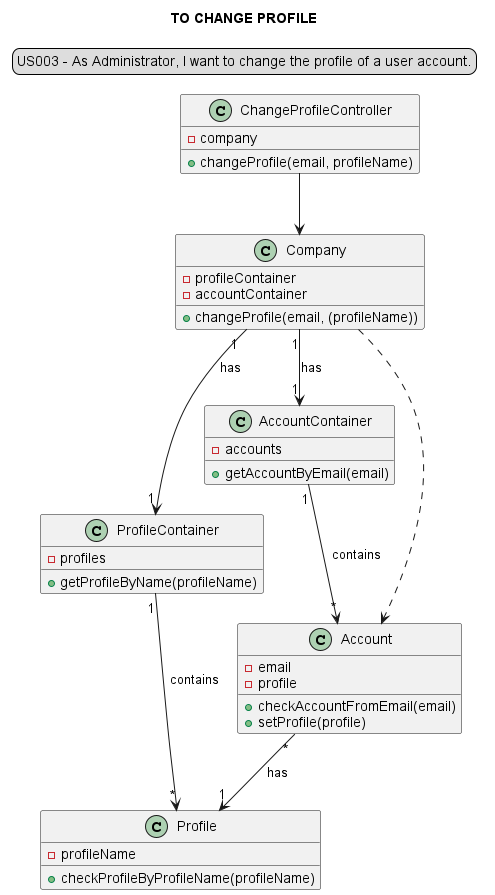
Earlier version of the PlantUML export docs/modelling_design/user_stories/sprint01/us003/US003_classDiagram-TO_CHANGE_PROFILE.png (Loracline/project_switch_22-23). The source it was exported from:
```plantuml
@startuml

skinparam sequenceMessageAlign center
title TO CHANGE PROFILE
legend top
US003 - As Administrator, I want to change the profile of a user account.
end legend

class ChangeProfileController {
-company
+changeProfile(email, profileName)
}

class Company {
-profileContainer
-accountContainer
+changeProfile(email, (profileName))
}

class ProfileContainer {
-profiles
+getProfileByName(profileName)
}

class AccountContainer {
-accounts
+getAccountByEmail(email)
}

class Account{
-email
-profile
+checkAccountFromEmail(email)
+setProfile(profile)
}

class Profile{
-profileName
+ checkProfileByProfileName(profileName)
}


ChangeProfileController --> Company
Company "1"-->"1" AccountContainer: has
Company "1"-->"1" ProfileContainer: has
Company ..> Account
AccountContainer "1"-->"*" Account: contains
ProfileContainer "1"-->"*" Profile: contains
Account "*"-->"1" Profile: has

@enduml
```
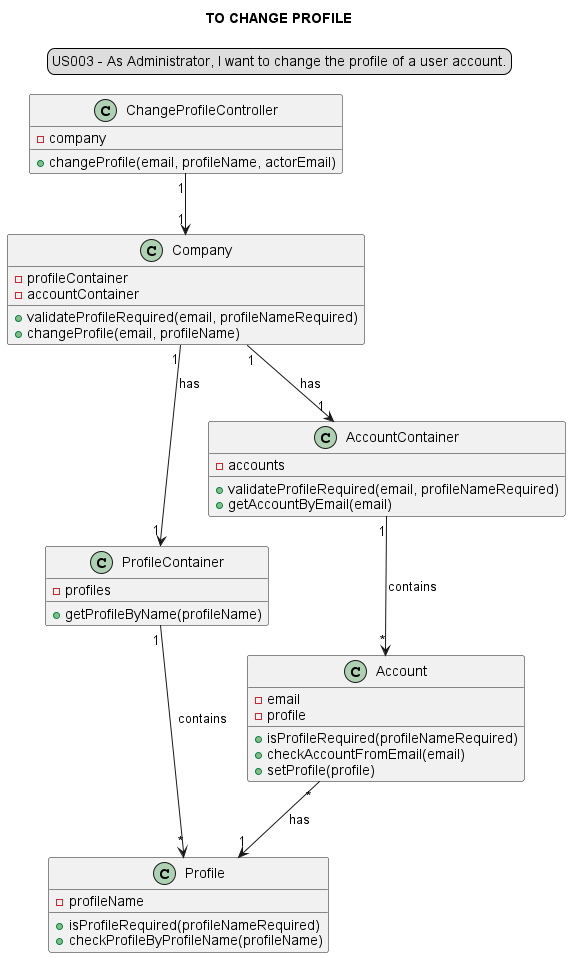
The same diagram one commit later.

What changed in the source:
```diff
@@ -8,13 +8,14 @@
 
 class ChangeProfileController {
 -company
-+changeProfile(email, profileName)
++changeProfile(email, profileName, actorEmail)
 }
 
 class Company {
 -profileContainer
 -accountContainer
-+changeProfile(email, (profileName))
++validateProfileRequired(email, profileNameRequired)
++changeProfile(email, profileName)
 }
 
 class ProfileContainer {
@@ -24,26 +25,28 @@
 
 class AccountContainer {
 -accounts
++validateProfileRequired(email, profileNameRequired)
 +getAccountByEmail(email)
 }
 
 class Account{
 -email
 -profile
++ isProfileRequired(profileNameRequired)
 +checkAccountFromEmail(email)
 +setProfile(profile)
 }
 
 class Profile{
 -profileName
++ isProfileRequired(profileNameRequired)
 + checkProfileByProfileName(profileName)
 }
 
 
-ChangeProfileController --> Company
+ChangeProfileController "1"-->"1" Company
 Company "1"-->"1" AccountContainer: has
 Company "1"-->"1" ProfileContainer: has
-Company ..> Account
 AccountContainer "1"-->"*" Account: contains
 ProfileContainer "1"-->"*" Profile: contains
 Account "*"-->"1" Profile: has
```
